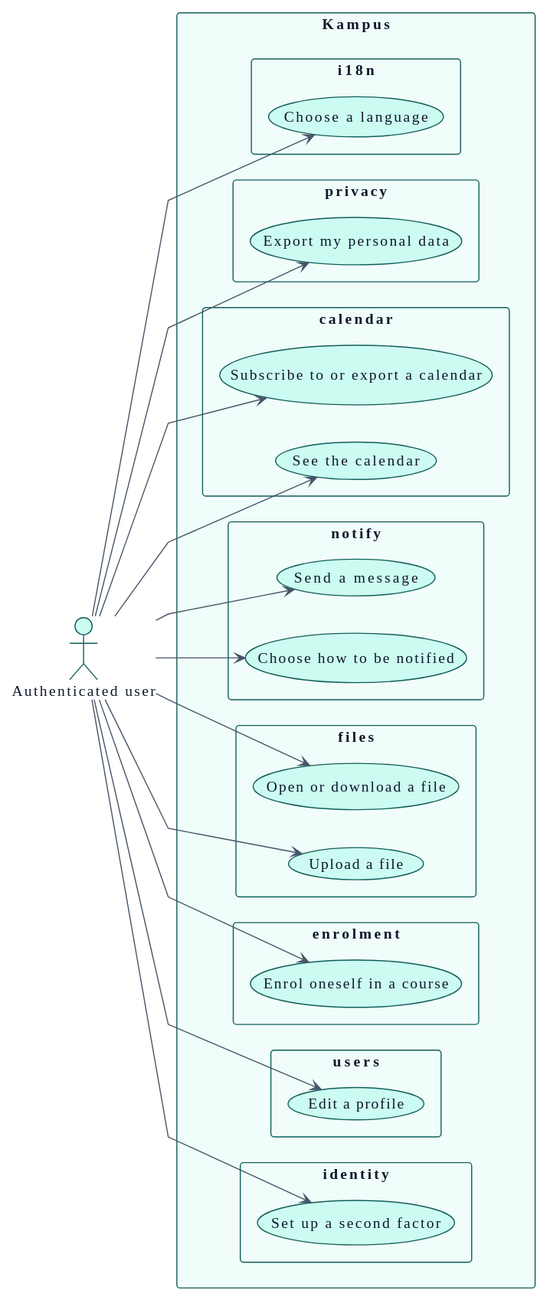
Above: docs/01-requirements/use-cases-authenticated_user.svg in didactika/kampus (PlantUML), before the change.
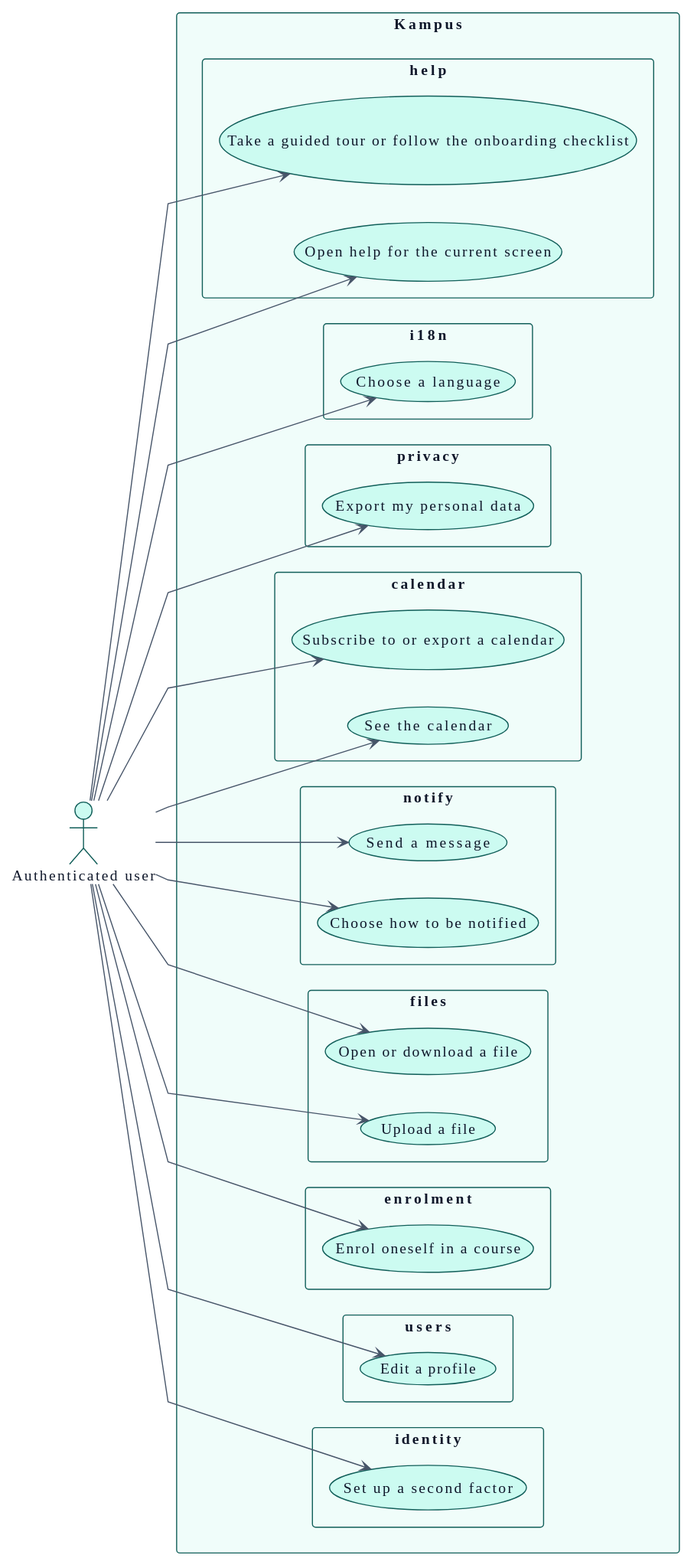
Later version of the same file.

The edit, as a diff of the source:
```diff
@@ -136,6 +136,10 @@
   package "i18n" {
     usecase "Choose a language" as UC_chooseLanguage
   }
+  package "help" {
+    usecase "Open help for the current screen" as UC_openHelp
+    usecase "Take a guided tour or follow the onboarding checklist" as UC_takeGuidedTour
+  }
 }
 
 A_Authenticated_user --> UC_setUpSecondFactor
@@ -149,4 +153,6 @@
 A_Authenticated_user --> UC_subscribeCalendar
 A_Authenticated_user --> UC_exportMyData
 A_Authenticated_user --> UC_chooseLanguage
+A_Authenticated_user --> UC_openHelp
+A_Authenticated_user --> UC_takeGuidedTour
 @enduml
```
